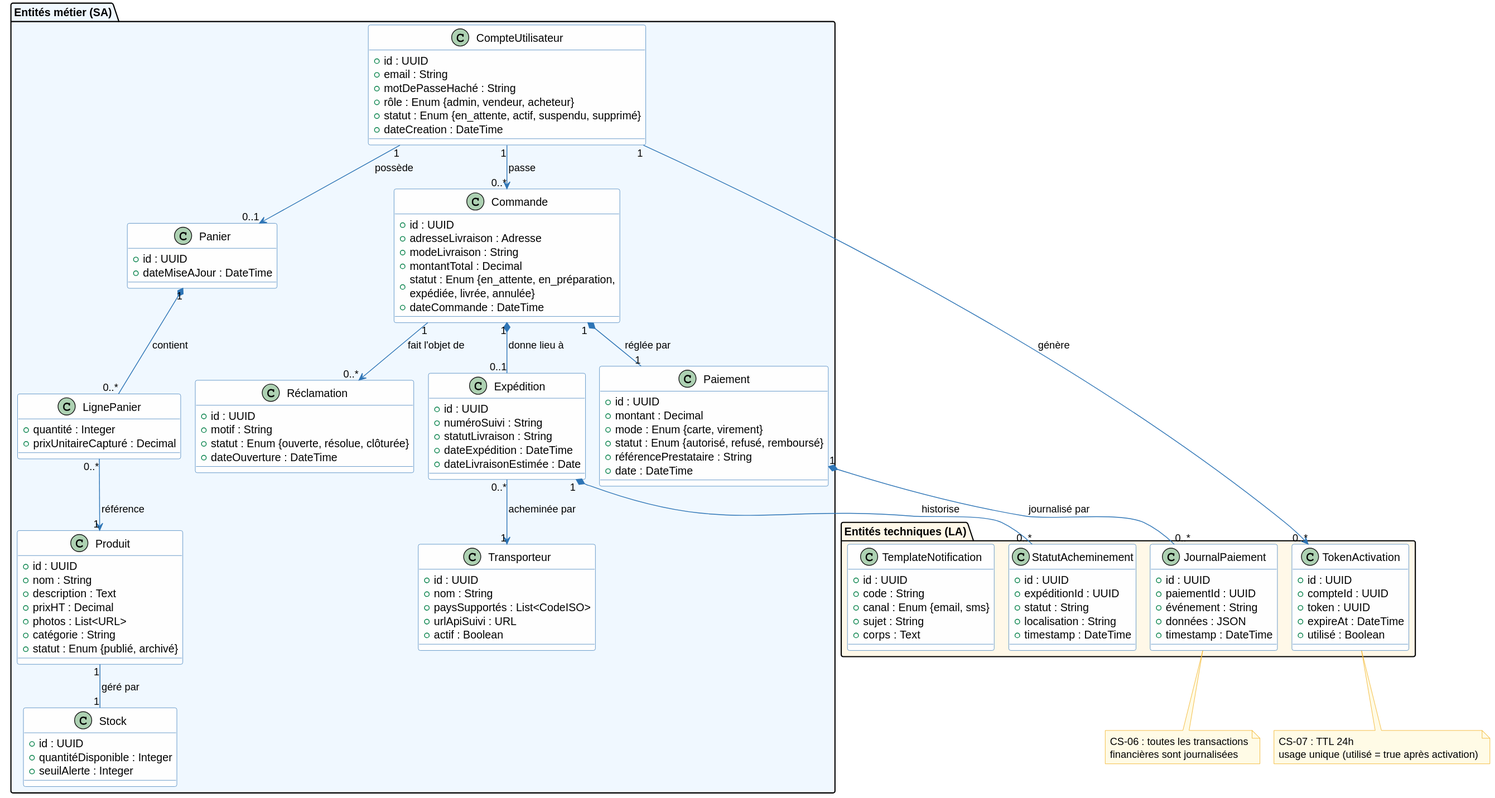
The PlantUML diagram architecture/03-logical-architecture/diagrams/la-classes.svg in louistalvande/online_shop, before a commit. The source it was exported from:
```plantuml
@startuml
skinparam classBackgroundColor #FEFEFE
skinparam classBorderColor #2E75B6
skinparam arrowColor #2E75B6
skinparam noteBackgroundColor #FFFBE6
skinparam noteBorderColor #F0A500

package "Entités métier (SA)" #F0F8FF {

  class CompteUtilisateur {
    + id : UUID
    + email : String
    + motDePasseHaché : String
    + rôle : Enum {admin, vendeur, acheteur}
    + statut : Enum {en_attente, actif, suspendu, supprimé}
    + dateCreation : DateTime
  }

  class Produit {
    + id : UUID
    + nom : String
    + description : Text
    + prixHT : Decimal
    + photos : List<URL>
    + catégorie : String
    + statut : Enum {publié, archivé}
  }

  class Stock {
    + id : UUID
    + quantitéDisponible : Integer
    + seuilAlerte : Integer
  }

  class Panier {
    + id : UUID
    + dateMiseAJour : DateTime
  }

  class LignePanier {
    + quantité : Integer
    + prixUnitaireCapturé : Decimal
  }

  class Commande {
    + id : UUID
    + adresseLivraison : Adresse
    + modeLivraison : String
    + montantTotal : Decimal
    + statut : Enum {en_attente, en_préparation,\nexpédiée, livrée, annulée}
    + dateCommande : DateTime
  }

  class Paiement {
    + id : UUID
    + montant : Decimal
    + mode : Enum {carte, virement}
    + statut : Enum {autorisé, refusé, remboursé}
    + référencePrestataire : String
    + date : DateTime
  }

  class Expédition {
    + id : UUID
    + numéroSuivi : String
    + statutLivraison : String
    + dateExpédition : DateTime
    + dateLivraisonEstimée : Date
  }

  class Transporteur {
    + id : UUID
    + nom : String
    + paysSupportés : List<CodeISO>
    + urlApiSuivi : URL
    + actif : Boolean
  }

  class Réclamation {
    + id : UUID
    + motif : String
    + statut : Enum {ouverte, résolue, clôturée}
    + dateOuverture : DateTime
  }
}

package "Entités techniques (LA)" #FFF8E8 {

  class TokenActivation {
    + id : UUID
    + compteId : UUID
    + token : UUID
    + expireAt : DateTime
    + utilisé : Boolean
  }

  class JournalPaiement {
    + id : UUID
    + paiementId : UUID
    + événement : String
    + données : JSON
    + timestamp : DateTime
  }

  class StatutAcheminement {
    + id : UUID
    + expéditionId : UUID
    + statut : String
    + localisation : String
    + timestamp : DateTime
  }

  class TemplateNotification {
    + id : UUID
    + code : String
    + canal : Enum {email, sms}
    + sujet : String
    + corps : Text
  }
}

CompteUtilisateur "1" --> "0..*" TokenActivation : génère
CompteUtilisateur "1" --> "0..1" Panier : possède
CompteUtilisateur "1" --> "0..*" Commande : passe
Panier "1" *-- "0..*" LignePanier : contient
LignePanier "0..*" --> "1" Produit : référence
Produit "1" -- "1" Stock : géré par
Commande "1" *-- "1" Paiement : réglée par
Commande "1" *-- "0..1" Expédition : donne lieu à
Commande "1" --> "0..*" Réclamation : fait l'objet de
Expédition "0..*" --> "1" Transporteur : acheminée par
Expédition "1" *-- "0..*" StatutAcheminement : historise
Paiement "1" *-- "0..*" JournalPaiement : journalisé par

note bottom of TokenActivation
  CS-07 : TTL 24h
  usage unique (utilisé = true après activation)
end note

note bottom of JournalPaiement
  CS-06 : toutes les transactions
  financières sont journalisées
end note
@enduml
```
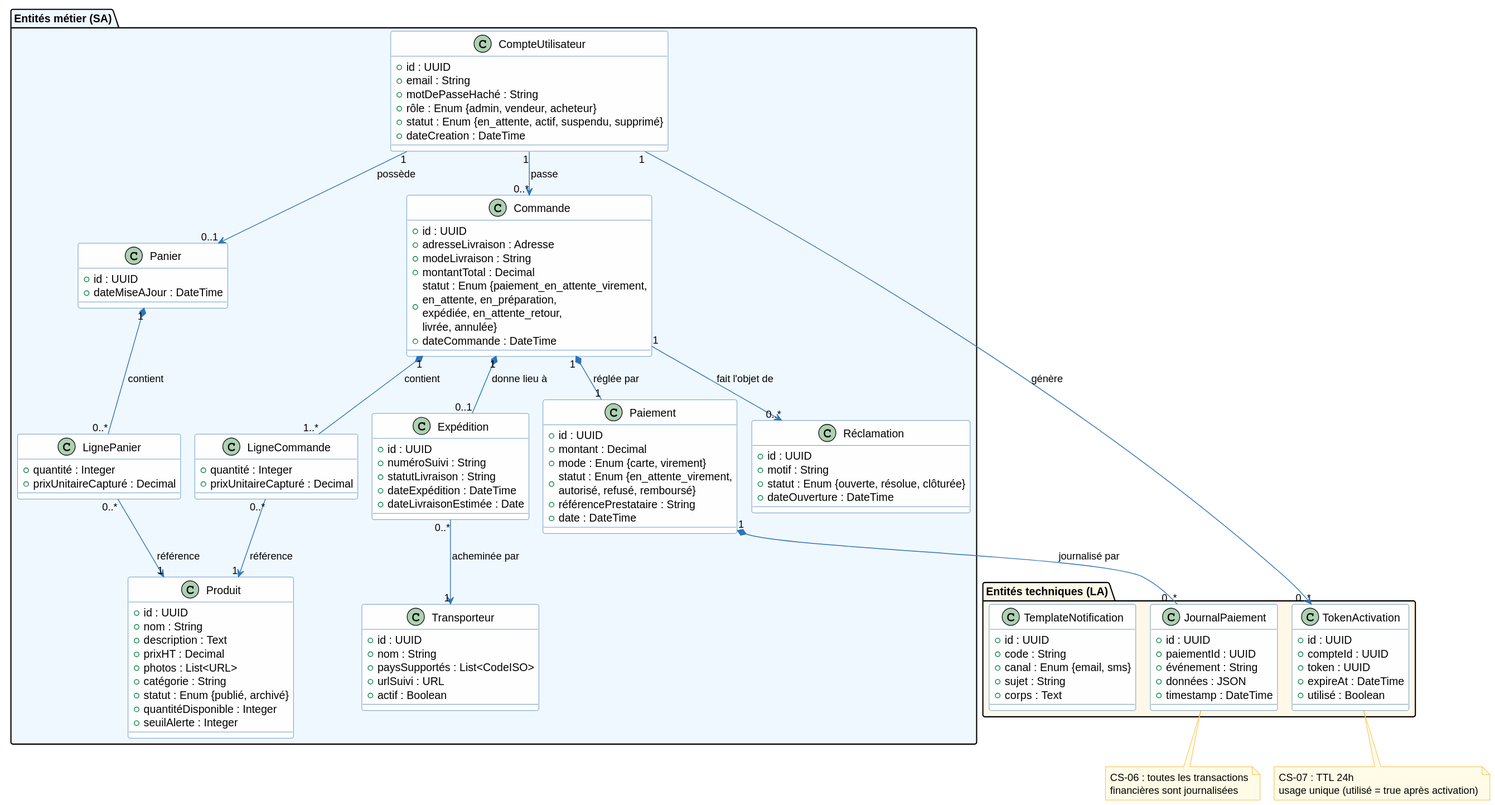
The same diagram one commit later.

Change to the diagram source:
```diff
@@ -24,10 +24,6 @@
     + photos : List<URL>
     + catégorie : String
     + statut : Enum {publié, archivé}
-  }
-
-  class Stock {
-    + id : UUID
     + quantitéDisponible : Integer
     + seuilAlerte : Integer
   }
@@ -47,15 +43,20 @@
     + adresseLivraison : Adresse
     + modeLivraison : String
     + montantTotal : Decimal
-    + statut : Enum {en_attente, en_préparation,\nexpédiée, livrée, annulée}
+    + statut : Enum {paiement_en_attente_virement,\nen_attente, en_préparation,\nexpédiée, en_attente_retour,\nlivrée, annulée}
     + dateCommande : DateTime
+  }
+
+  class LigneCommande {
+    + quantité : Integer
+    + prixUnitaireCapturé : Decimal
   }
 
   class Paiement {
     + id : UUID
     + montant : Decimal
     + mode : Enum {carte, virement}
-    + statut : Enum {autorisé, refusé, remboursé}
+    + statut : Enum {en_attente_virement,\nautorisé, refusé, remboursé}
     + référencePrestataire : String
     + date : DateTime
   }
@@ -72,7 +73,7 @@
     + id : UUID
     + nom : String
     + paysSupportés : List<CodeISO>
-    + urlApiSuivi : URL
+    + urlSuivi : URL
     + actif : Boolean
   }
 
@@ -102,14 +103,6 @@
     + timestamp : DateTime
   }
 
-  class StatutAcheminement {
-    + id : UUID
-    + expéditionId : UUID
-    + statut : String
-    + localisation : String
-    + timestamp : DateTime
-  }
-
   class TemplateNotification {
     + id : UUID
     + code : String
@@ -124,12 +117,12 @@
 CompteUtilisateur "1" --> "0..*" Commande : passe
 Panier "1" *-- "0..*" LignePanier : contient
 LignePanier "0..*" --> "1" Produit : référence
-Produit "1" -- "1" Stock : géré par
+Commande "1" *-- "1..*" LigneCommande : contient
+LigneCommande "0..*" --> "1" Produit : référence
 Commande "1" *-- "1" Paiement : réglée par
 Commande "1" *-- "0..1" Expédition : donne lieu à
 Commande "1" --> "0..*" Réclamation : fait l'objet de
 Expédition "0..*" --> "1" Transporteur : acheminée par
-Expédition "1" *-- "0..*" StatutAcheminement : historise
 Paiement "1" *-- "0..*" JournalPaiement : journalisé par
 
 note bottom of TokenActivation
```
